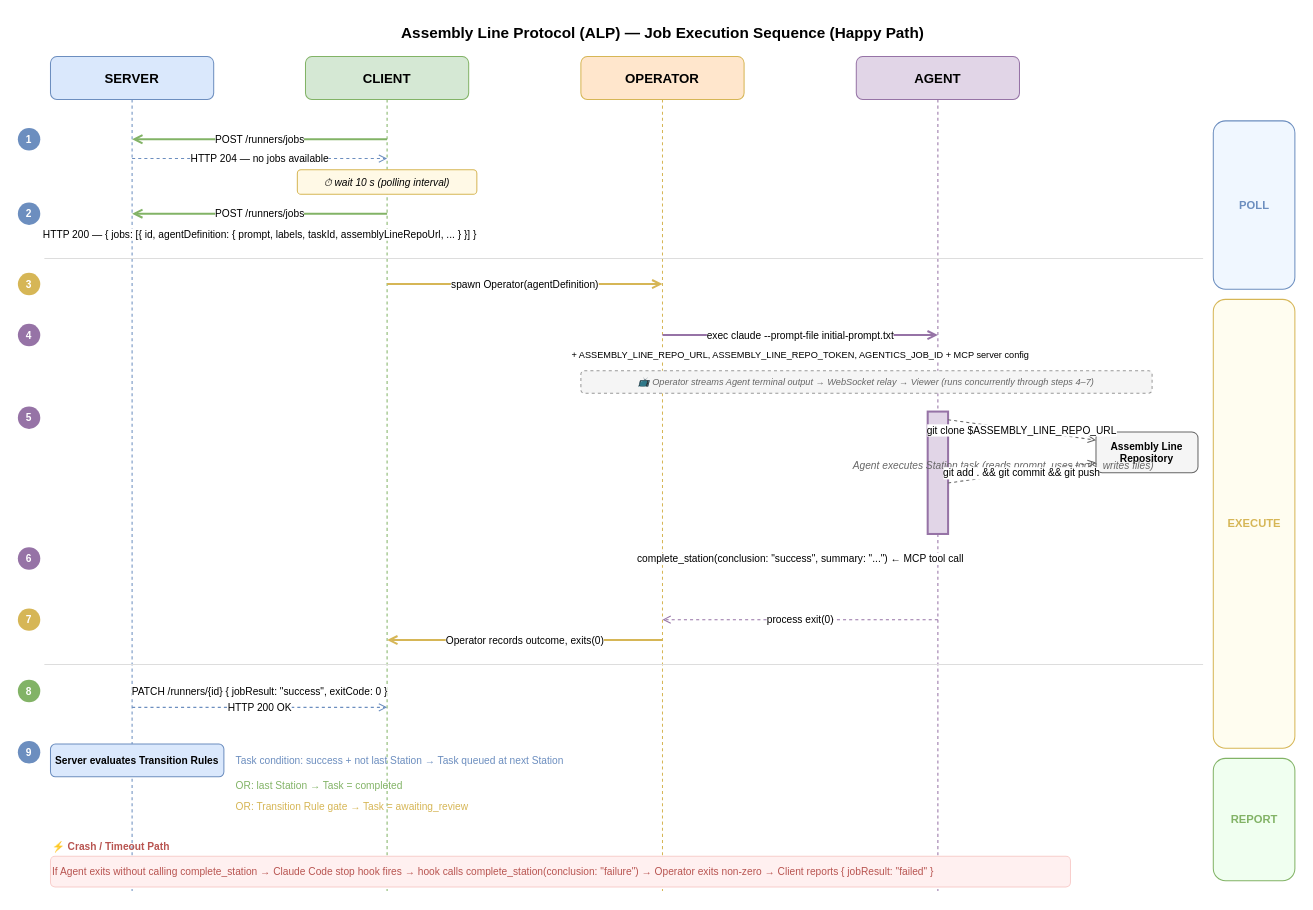
Earlier version of the draw.io diagram 2026-03-30-draft/diagrams/client-server-flow.drawio (pksorensen/alp-spec). Source tidied: cells renumbered, new cells numbered last; positions are measured from the earlier drawing's top-left corner, leaving out a move shared by most shapes. Both pictures are drawn from the tidied source at 102%, with x=0, y=0 at pixel (17, 17).
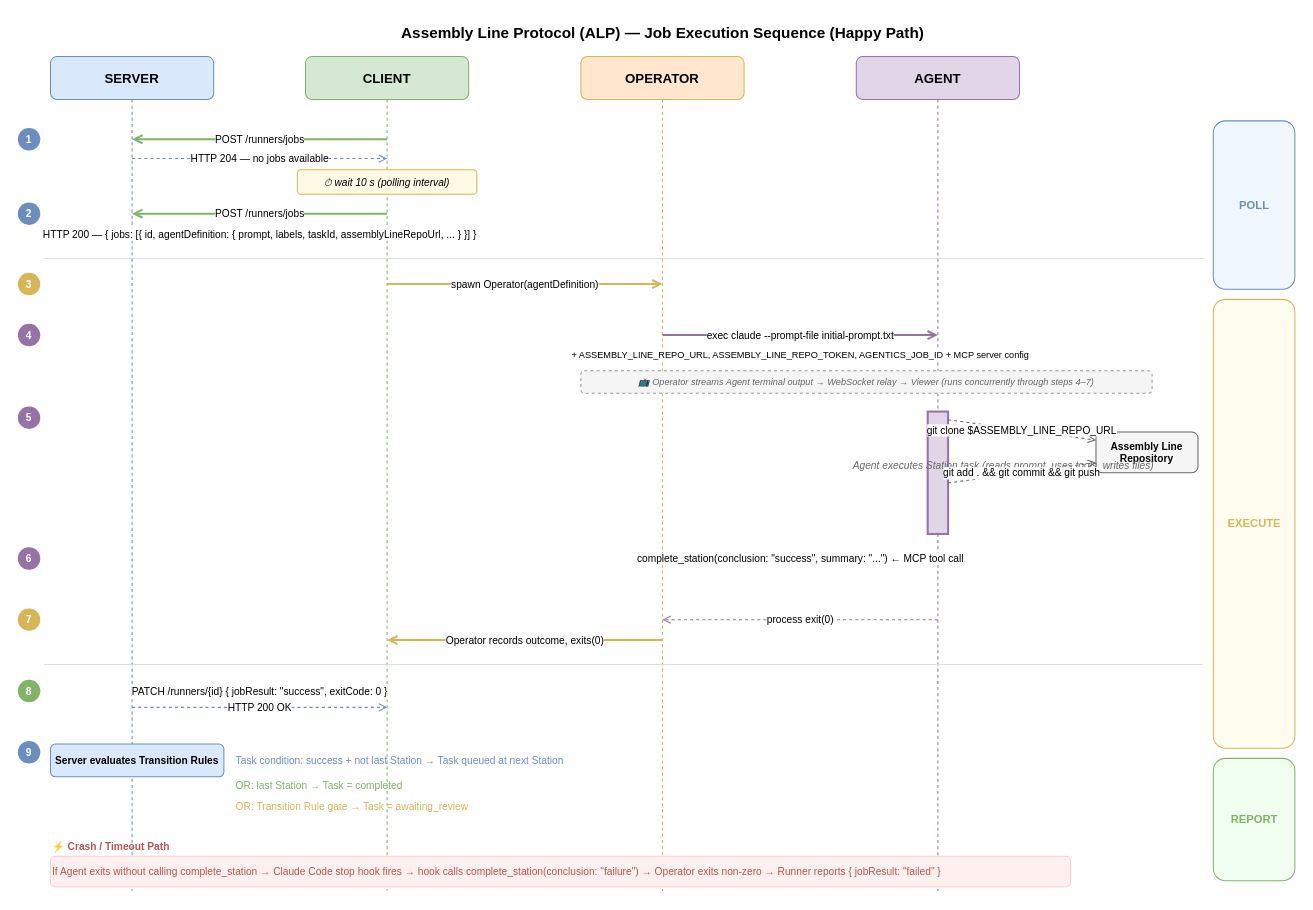
The same diagram, later.

What changed in the source:
```diff
@@
-    <mxCell id="49" value="If Agent exits without calling complete_station → Claude Code stop hook fires → hook calls complete_station(conclusion: &quot;failure&quot;) → Operator exits non-zero → Client reports { jobResult: &quot;failed&quot; }" style="text;html=1;strokeColor=#f8cecc;fillColor=#fff0f0;align=left;verticalAlign=middle;fontSize=10;fontColor=#b85450;rounded=1;" parent="1" vertex="1">
+    <mxCell id="49" value="If Agent exits without calling complete_station → Claude Code stop hook fires → hook calls complete_station(conclusion: &quot;failure&quot;) → Operator exits non-zero → Runner reports { jobResult: &quot;failed&quot; }" style="text;html=1;strokeColor=#f8cecc;fillColor=#fff0f0;align=left;verticalAlign=middle;fontSize=10;fontColor=#b85450;rounded=1;" parent="1" vertex="1">
       <mxGeometry x="32" y="822" width="1000" height="30" as="geometry" />
     </mxCell>
```
